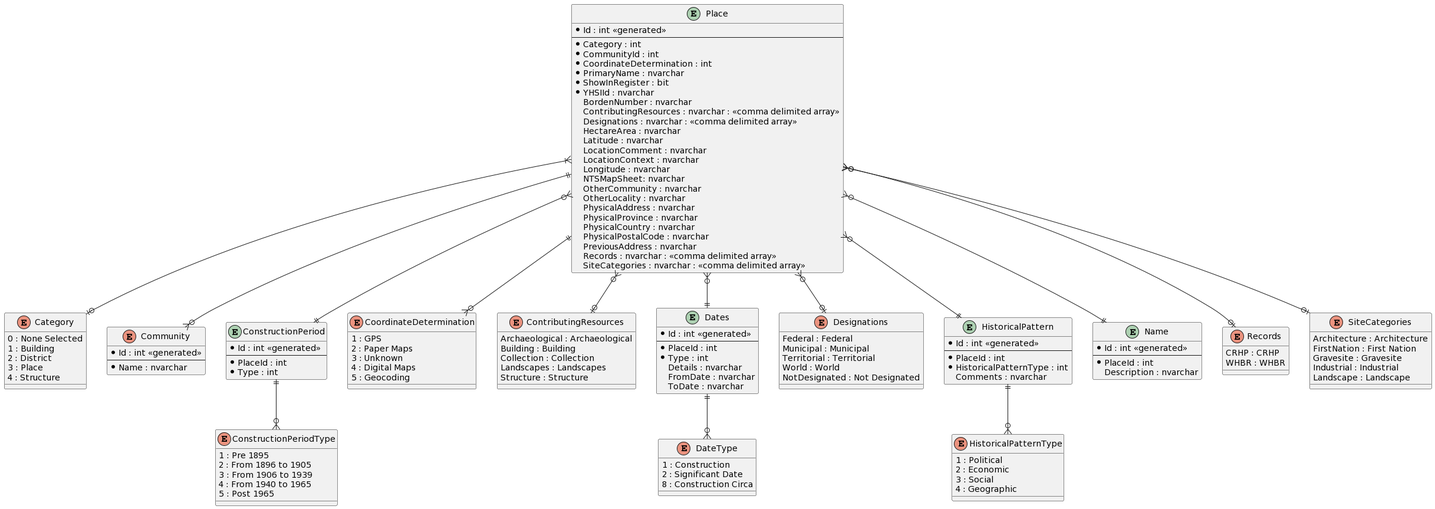
Before: Design/change-tracking-and-approvals-data-modeling.png, a diagram exported from PlantUML (ytgov/yhsi).
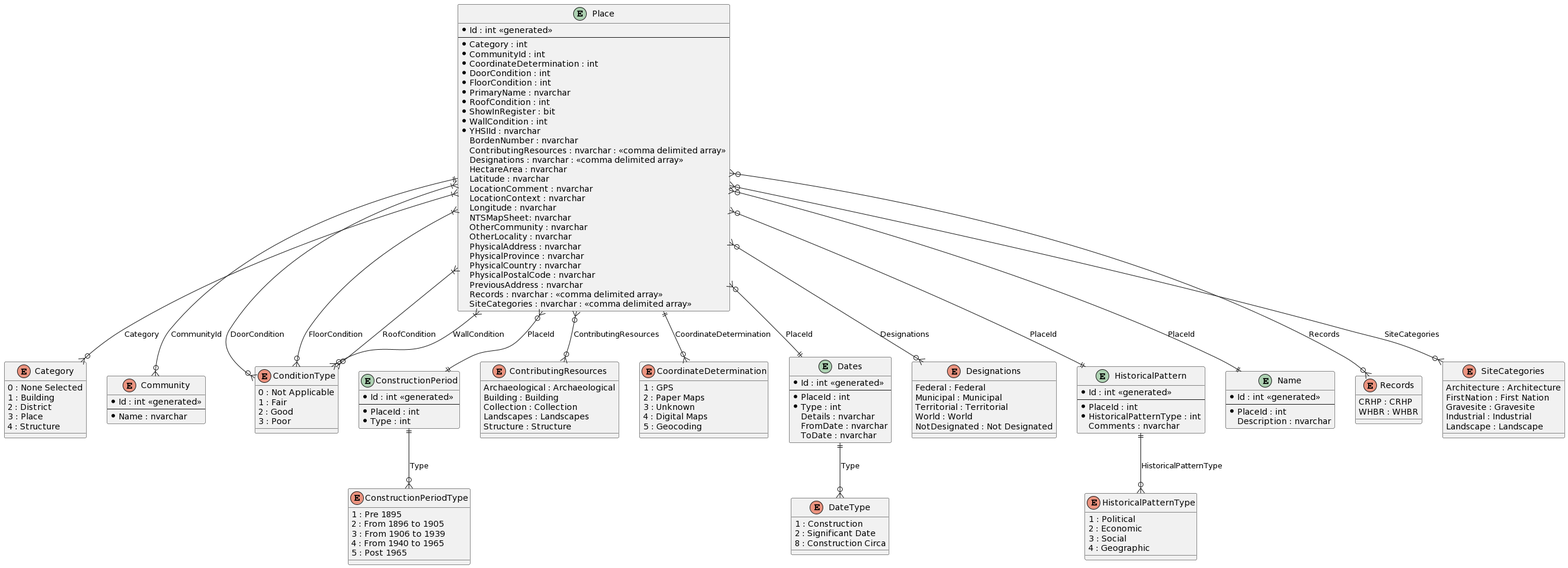
Above is the later version.

Commit message:
:memo: Add ConditionType to entity modeling and add relationship labels.

Change to the diagram source:
```diff
@@ -5,8 +5,12 @@
   * Category : int
   * CommunityId : int
   * CoordinateDetermination : int
+  * DoorCondition : int
+  * FloorCondition : int
   * PrimaryName : nvarchar
+  * RoofCondition : int
   * ShowInRegister : bit
+  * WallCondition : int
   * YHSIId : nvarchar
   BordenNumber : nvarchar
   ContributingResources : nvarchar : <<comma delimited array>>
@@ -42,6 +46,13 @@
   * Name : nvarchar
 }
 
+enum "ConditionType" as condition_type {
+  0 : Not Applicable
+  1 : Fair
+  2 : Good
+  3 : Poor
+}
+
 entity "ConstructionPeriod" as construction_period {
   * Id : int <<generated>>
   --
@@ -57,20 +68,20 @@
   5 : Post 1965
 }
 
+enum "ContributingResources" as contributing_resources {
+  Archaeological : Archaeological
+  Building : Building
+  Collection : Collection
+  Landscapes : Landscapes
+  Structure : Structure
+}
+
 enum "CoordinateDetermination" as coordinate_determination {
   1 : GPS
   2 : Paper Maps
   3 : Unknown
   4 : Digital Maps
   5 : Geocoding
-}
-
-enum "ContributingResources" as contributing_resources {
-  Archaeological : Archaeological
-  Building : Building
-  Collection : Collection
-  Landscapes : Landscapes
-  Structure : Structure
 }
 
 entity "Dates" as dates {
@@ -132,18 +143,22 @@
   Landscape : Landscape
 }
 
-place }|--o| category
-place ||--o{ community
-place }o--|| construction_period
-place }o--o| contributing_resources
-place ||--o{ coordinate_determination
-place }o--|| dates
-place }o--o| designations
-place }o--|| historical_pattern
-place }o--|| name
-place }o--o| records
-place }o--o| site_categories
-historical_pattern ||--o{ historical_pattern_type
-dates ||--o{ date_type
-construction_period ||--o{ construction_period_type
+place }|--o{ category : Category
+place ||--o{ community : CommunityId
+place }|--o{ condition_type : DoorCondition
+place }|--o{ condition_type : FloorCondition
+place }|--o{ condition_type : RoofCondition
+place }|--o{ condition_type : WallCondition
+place }o--|| construction_period : PlaceId
+place }o--o{ contributing_resources : ContributingResources
+place ||--o{ coordinate_determination : CoordinateDetermination
+place }o--|| dates : PlaceId
+place }o--o{ designations : Designations
+place }o--|| historical_pattern : PlaceId
+place }o--|| name : PlaceId
+place }o--o{ records : Records
+place }o--o{ site_categories : SiteCategories
+historical_pattern ||--o{ historical_pattern_type : HistoricalPatternType
+dates ||--o{ date_type : Type
+construction_period ||--o{ construction_period_type : Type
 @enduml
```
